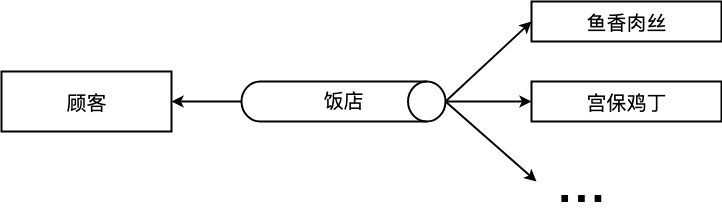
Before: 07-工厂模式/工厂模式-demo1.png, a diagram exported from draw.io (SHERlocked93/imooc-frontend-design-pattern). Source tidied: cells renumbered, new cells last; positions are measured from the earlier drawing's top-left corner, leaving out a move shared by most shapes. Source of this version:
```xml
<mxGraphModel>
  <root>
    <mxCell id="0" />
    <mxCell id="1" parent="0" />
    <mxCell id="2" style="edgeStyle=none;rounded=0;jettySize=auto;html=1;entryX=0;entryY=0.5;entryDx=0;entryDy=0;entryPerimeter=0;strokeWidth=2;fontSize=60;endArrow=none;endFill=0;startArrow=classic;startFill=1;" parent="1" edge="1" source="3" target="10">
      <mxGeometry relative="1" as="geometry" />
    </mxCell>
    <mxCell id="3" value="顾客" style="rounded=0;whiteSpace=wrap;html=1;fontFamily=Verdana;fontSize=20;strokeWidth=2;" parent="1" vertex="1">
      <mxGeometry y="70" width="170" height="60" as="geometry" />
    </mxCell>
    <mxCell id="4" value="鱼香肉丝" style="rounded=0;whiteSpace=wrap;html=1;fontFamily=Verdana;fontSize=20;strokeWidth=2;" parent="1" vertex="1">
      <mxGeometry x="530" width="190" height="40" as="geometry" />
    </mxCell>
    <mxCell id="5" value="&lt;span&gt;宫保鸡丁&lt;/span&gt;" style="rounded=0;whiteSpace=wrap;html=1;fontFamily=Verdana;fontSize=20;strokeWidth=2;" parent="1" vertex="1">
      <mxGeometry x="530" y="80" width="190" height="40" as="geometry" />
    </mxCell>
    <mxCell id="6" value="..." style="text;html=1;strokeColor=none;fillColor=none;align=center;verticalAlign=middle;whiteSpace=wrap;rounded=0;fontSize=60;" parent="1" vertex="1">
      <mxGeometry x="535" y="155" width="90" height="50" as="geometry" />
    </mxCell>
    <mxCell id="7" style="edgeStyle=none;rounded=0;jettySize=auto;html=1;exitX=1;exitY=0.5;exitDx=0;exitDy=0;exitPerimeter=0;entryX=0;entryY=0.5;entryDx=0;entryDy=0;strokeWidth=2;fontSize=60;endArrow=classic;endFill=1;startArrow=none;startFill=0;" parent="1" edge="1" source="10" target="5">
      <mxGeometry relative="1" as="geometry" />
    </mxCell>
    <mxCell id="8" style="edgeStyle=none;rounded=0;jettySize=auto;html=1;entryX=0;entryY=0.5;entryDx=0;entryDy=0;strokeWidth=2;fontSize=60;exitX=1;exitY=0.5;exitDx=0;exitDy=0;exitPerimeter=0;startArrow=none;startFill=0;endArrow=classic;endFill=1;" parent="1" edge="1" source="10" target="4">
      <mxGeometry relative="1" as="geometry" />
    </mxCell>
    <mxCell id="9" style="edgeStyle=none;rounded=0;jettySize=auto;html=1;entryX=0;entryY=0.5;entryDx=0;entryDy=0;strokeWidth=2;fontSize=60;startArrow=none;startFill=0;endArrow=classic;endFill=1;exitX=1;exitY=0.5;exitDx=0;exitDy=0;exitPerimeter=0;" parent="1" edge="1" source="10" target="6">
      <mxGeometry relative="1" as="geometry" />
    </mxCell>
    <mxCell id="10" value="饭店" style="strokeWidth=2;shape=mxgraph.flowchart.direct_data;whiteSpace=wrap;fontSize=20;" parent="1" vertex="1">
      <mxGeometry x="240" y="80" width="204" height="40" as="geometry" />
    </mxCell>
  </root>
</mxGraphModel>
```
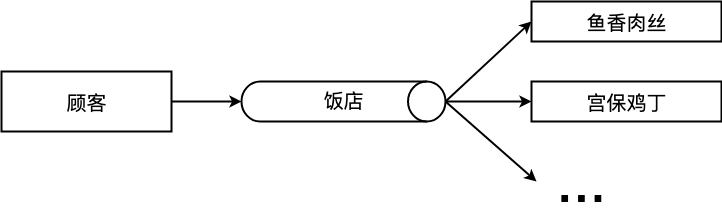
After the change.

Change to the diagram source:
```diff
@@ -2,7 +2,7 @@
   <root>
     <mxCell id="0" />
     <mxCell id="1" parent="0" />
-    <mxCell id="2" style="edgeStyle=none;rounded=0;jettySize=auto;html=1;entryX=0;entryY=0.5;entryDx=0;entryDy=0;entryPerimeter=0;strokeWidth=2;fontSize=60;endArrow=none;endFill=0;startArrow=classic;startFill=1;" parent="1" edge="1" source="3" target="10">
+    <mxCell id="2" style="edgeStyle=none;rounded=0;jettySize=auto;html=1;entryX=0;entryY=0.5;entryDx=0;entryDy=0;entryPerimeter=0;strokeWidth=2;fontSize=60;endArrow=classic;endFill=1;startArrow=none;startFill=0;" parent="1" edge="1" source="3" target="10">
       <mxGeometry relative="1" as="geometry" />
     </mxCell>
     <mxCell id="3" value="顾客" style="rounded=0;whiteSpace=wrap;html=1;fontFamily=Verdana;fontSize=20;strokeWidth=2;" parent="1" vertex="1">
```
